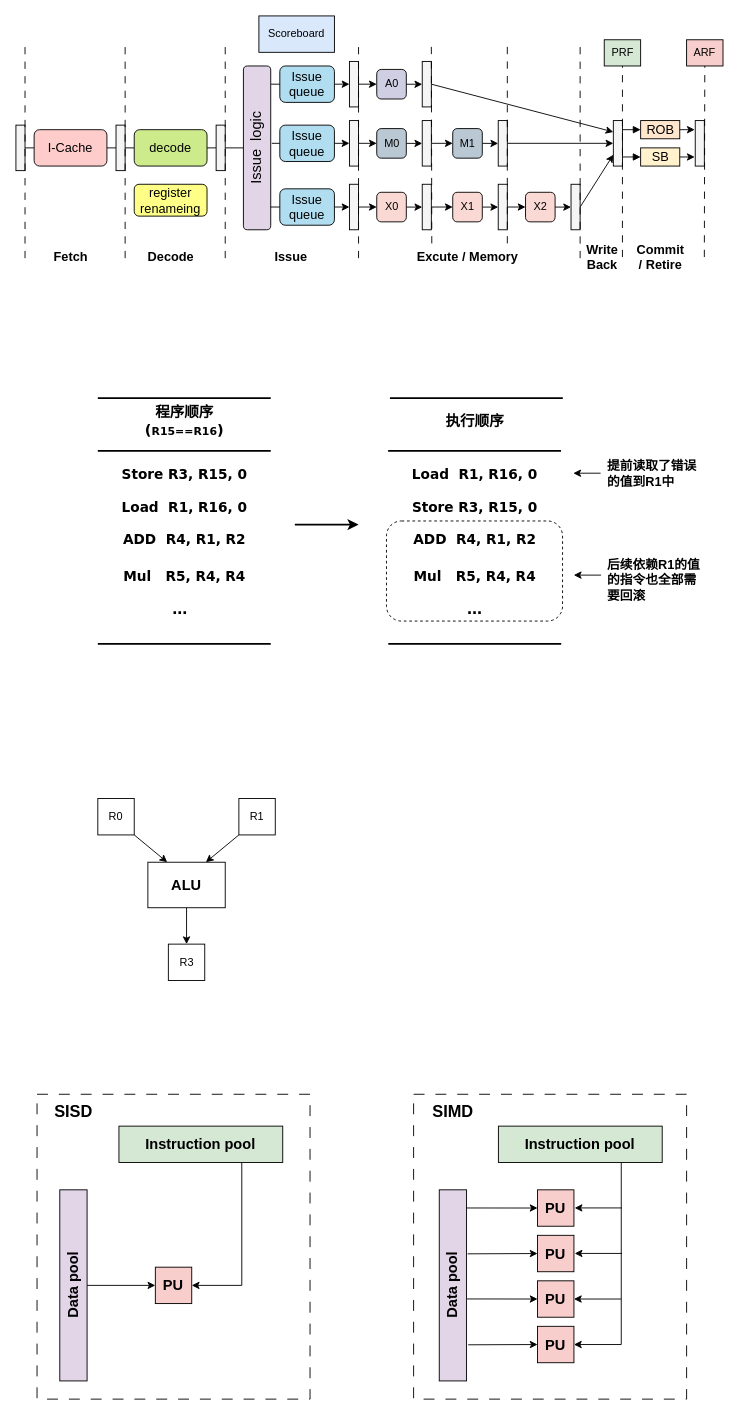
Above: CPU.drawio in f123888/Draw.IO (draw.io), before the change. Source tidied: cells renumbered, new cells numbered last; positions are measured from the earlier drawing's top-left corner, leaving out a move shared by most shapes. Both pictures are drawn from the tidied source at 91%, with x=0, y=0 at pixel (15, 15).
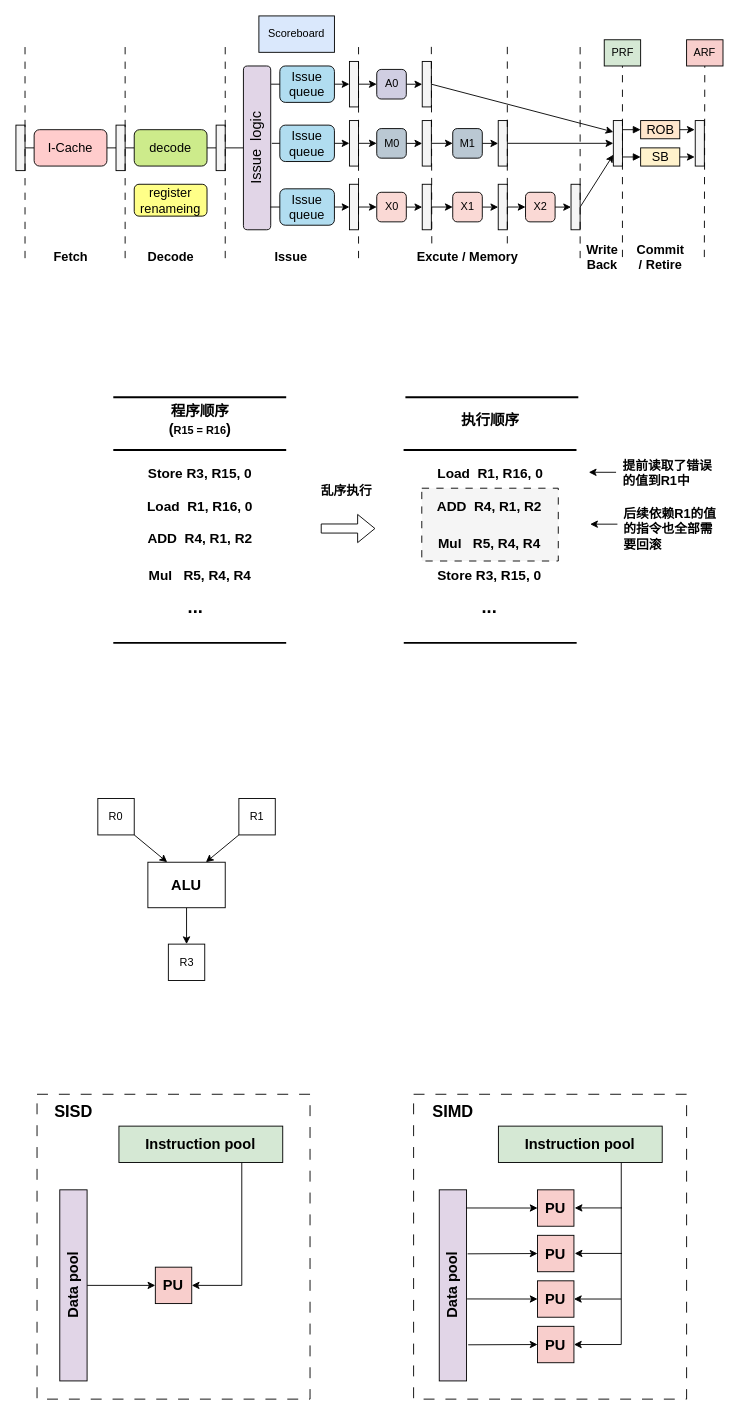
The same diagram, later.

Change to the diagram source:
```diff
@@
-    <mxCell id="4" style="rounded=1;whiteSpace=wrap;html=1;fontStyle=1;dashed=1;" parent="1" vertex="1">
-      <mxGeometry x="407.2" y="555" width="193.5" height="110" as="geometry" />
+    <mxCell id="4" style="rounded=0;whiteSpace=wrap;html=1;fontStyle=1;dashed=1;dashPattern=8 8;fillColor=#f5f5f5;fontColor=#333333;strokeColor=default;" parent="1" vertex="1">
+      <mxGeometry x="446" y="519" width="150" height="80" as="geometry" />
     </mxCell>
@@
-    <mxCell id="82" value="&lt;span&gt;&lt;font face=&quot;Verdana&quot;&gt;程序顺序&lt;/font&gt;&lt;/span&gt;&lt;div&gt;&lt;span&gt;&lt;font face=&quot;Verdana&quot;&gt;(&lt;font style=&quot;font-size: 12px;&quot;&gt;R15==R16&lt;/font&gt;)&lt;/font&gt;&lt;/span&gt;&lt;/div&gt;" style="text;html=1;align=center;verticalAlign=middle;strokeColor=none;fillColor=none;fontSize=16;fontStyle=1;" parent="1" vertex="1">
-      <mxGeometry x="135" y="420" width="100" height="50" as="geometry" />
+    <mxCell id="82" value="&lt;span&gt;&lt;font face=&quot;Verdana&quot;&gt;程序顺序&lt;/font&gt;&lt;/span&gt;&lt;div&gt;&lt;span&gt;&lt;font face=&quot;Helvetica&quot;&gt;(&lt;font style=&quot;font-size: 12px;&quot;&gt;R15 = R16&lt;/font&gt;)&lt;/font&gt;&lt;/span&gt;&lt;/div&gt;" style="text;html=1;align=center;verticalAlign=middle;strokeColor=none;fillColor=none;fontSize=16;fontStyle=1;" parent="1" vertex="1">
+      <mxGeometry x="157" y="419" width="90" height="50" as="geometry" />
     </mxCell>
     <mxCell id="83" style="endArrow=none;html=1;rounded=0;strokeWidth=2;fontStyle=1;" parent="1" edge="1">
       <mxGeometry relative="1" as="geometry">
-        <mxPoint x="90" y="478" as="sourcePoint" />
-        <mxPoint x="280" y="478" as="targetPoint" />
+        <mxPoint x="107" y="477" as="sourcePoint" />
+        <mxPoint x="297" y="477" as="targetPoint" />
       </mxGeometry>
     </mxCell>
-    <mxCell id="84" value="&lt;font style=&quot;font-size: 15px;&quot;&gt;&lt;span&gt;Store R3, R15, 0&lt;/span&gt;&lt;/font&gt;" style="text;html=1;align=center;verticalAlign=middle;strokeColor=none;fillColor=none;fontFamily=Verdana;fontStyle=1;" parent="1" vertex="1">
-      <mxGeometry x="110" y="488" width="150" height="30" as="geometry" />
+    <mxCell id="84" value="&lt;font face=&quot;Helvetica&quot; style=&quot;font-size: 15px;&quot;&gt;&lt;span&gt;Store R3, R15, 0&lt;/span&gt;&lt;/font&gt;" style="text;html=1;align=center;verticalAlign=middle;strokeColor=none;fillColor=none;fontFamily=Verdana;fontStyle=1;" parent="1" vertex="1">
+      <mxGeometry x="132" y="487" width="140" height="30" as="geometry" />
     </mxCell>
-    <mxCell id="85" value="&lt;font style=&quot;font-size: 15px;&quot;&gt;&lt;span&gt;Load&amp;nbsp; R1, R16, 0&lt;/span&gt;&lt;/font&gt;" style="text;html=1;align=center;verticalAlign=middle;strokeColor=none;fillColor=none;fontFamily=Verdana;fontStyle=1;" parent="1" vertex="1">
-      <mxGeometry x="110" y="525" width="150" height="30" as="geometry" />
+    <mxCell id="85" value="&lt;font face=&quot;Helvetica&quot; style=&quot;font-size: 15px;&quot;&gt;&lt;span&gt;Load&amp;nbsp; R1, R16, 0&lt;/span&gt;&lt;/font&gt;" style="text;html=1;align=center;verticalAlign=middle;strokeColor=none;fillColor=none;fontFamily=Verdana;fontStyle=1;" parent="1" vertex="1">
+      <mxGeometry x="132" y="523.5" width="140" height="30" as="geometry" />
     </mxCell>
-    <mxCell id="86" value="&lt;font style=&quot;font-size: 15px;&quot;&gt;&lt;span&gt;ADD&amp;nbsp; R4, R1, R2&lt;/span&gt;&lt;/font&gt;" style="text;html=1;align=center;verticalAlign=middle;strokeColor=none;fillColor=none;fontFamily=Verdana;fontStyle=1;" parent="1" vertex="1">
-      <mxGeometry x="110" y="560" width="150" height="30" as="geometry" />
+    <mxCell id="86" value="&lt;font face=&quot;Helvetica&quot; style=&quot;font-size: 15px;&quot;&gt;&lt;span&gt;ADD&amp;nbsp; R4, R1, R2&lt;/span&gt;&lt;/font&gt;" style="text;html=1;align=center;verticalAlign=middle;strokeColor=none;fillColor=none;fontFamily=Verdana;fontStyle=1;" parent="1" vertex="1">
+      <mxGeometry x="132" y="559" width="140" height="30" as="geometry" />
     </mxCell>
-    <mxCell id="87" value="&lt;font style=&quot;font-size: 15px;&quot;&gt;&lt;span&gt;Mul&amp;nbsp; &amp;nbsp;R5, R4, R4&lt;/span&gt;&lt;/font&gt;" style="text;html=1;align=center;verticalAlign=middle;strokeColor=none;fillColor=none;fontFamily=Verdana;fontStyle=1;" parent="1" vertex="1">
-      <mxGeometry x="110" y="600" width="150" height="30" as="geometry" />
+    <mxCell id="87" value="&lt;font face=&quot;Helvetica&quot; style=&quot;font-size: 15px;&quot;&gt;&lt;span&gt;Mul&amp;nbsp; &amp;nbsp;R5, R4, R4&lt;/span&gt;&lt;/font&gt;" style="text;html=1;align=center;verticalAlign=middle;strokeColor=none;fillColor=none;fontFamily=Verdana;fontStyle=1;" parent="1" vertex="1">
+      <mxGeometry x="137" y="599" width="130" height="30" as="geometry" />
     </mxCell>
     <mxCell id="88" value="&lt;font style=&quot;font-size: 20px;&quot;&gt;&lt;span style=&quot;&quot;&gt;...&lt;/span&gt;&lt;/font&gt;" style="text;html=1;align=center;verticalAlign=middle;strokeColor=none;fillColor=none;fontStyle=1;" parent="1" vertex="1">
-      <mxGeometry x="160" y="630" width="40" height="40" as="geometry" />
+      <mxGeometry x="177" y="629" width="40" height="40" as="geometry" />
     </mxCell>
-    <mxCell id="89" value="&lt;span&gt;&lt;font face=&quot;Verdana&quot;&gt;执行顺序&lt;/font&gt;&lt;/span&gt;" style="text;html=1;align=center;verticalAlign=middle;strokeColor=none;fillColor=none;fontSize=16;fontStyle=1;" parent="1" vertex="1">
-      <mxGeometry x="459" y="430" width="90" height="30" as="geometry" />
+    <mxCell id="89" value="&lt;span&gt;&lt;font face=&quot;Helvetica&quot;&gt;执行顺序&lt;/font&gt;&lt;/span&gt;" style="text;html=1;align=center;verticalAlign=middle;strokeColor=none;fillColor=none;fontSize=16;fontStyle=1;" parent="1" vertex="1">
+      <mxGeometry x="476" y="429" width="90" height="30" as="geometry" />
     </mxCell>
     <mxCell id="90" style="endArrow=none;html=1;rounded=0;strokeWidth=2;fontStyle=1;" parent="1" edge="1">
       <mxGeometry relative="1" as="geometry">
-        <mxPoint x="409" y="478" as="sourcePoint" />
-        <mxPoint x="599" y="478" as="targetPoint" />
+        <mxPoint x="426" y="477" as="sourcePoint" />
+        <mxPoint x="616" y="477" as="targetPoint" />
       </mxGeometry>
     </mxCell>
-    <mxCell id="91" value="&lt;font style=&quot;font-size: 15px;&quot;&gt;&lt;span&gt;Store R3, R15, 0&lt;/span&gt;&lt;/font&gt;" style="text;html=1;align=center;verticalAlign=middle;strokeColor=none;fillColor=none;fontFamily=Verdana;fontStyle=1;" parent="1" vertex="1">
-      <mxGeometry x="429" y="524.5" width="150" height="30" as="geometry" />
+    <mxCell id="91" value="&lt;font style=&quot;font-size: 15px;&quot;&gt;&lt;span&gt;Store R3, R15, 0&lt;/span&gt;&lt;/font&gt;" style="text;html=1;align=center;verticalAlign=middle;strokeColor=none;fillColor=none;fontFamily=Helvetica;fontStyle=1;" parent="1" vertex="1">
+      <mxGeometry x="450" y="599" width="140" height="30" as="geometry" />
     </mxCell>
-    <mxCell id="92" value="&lt;font style=&quot;font-size: 15px;&quot;&gt;&lt;span&gt;Load&amp;nbsp; R1, R16, 0&lt;/span&gt;&lt;/font&gt;" style="text;html=1;align=center;verticalAlign=middle;strokeColor=none;fillColor=none;fontFamily=Verdana;fontStyle=1;" parent="1" vertex="1">
-      <mxGeometry x="429" y="488" width="150" height="30" as="geometry" />
+    <mxCell id="92" value="&lt;font style=&quot;font-size: 15px;&quot;&gt;&lt;span&gt;Load&amp;nbsp; R1, R16, 0&lt;/span&gt;&lt;/font&gt;" style="text;html=1;align=center;verticalAlign=middle;strokeColor=none;fillColor=none;fontFamily=Helvetica;fontStyle=1;" parent="1" vertex="1">
+      <mxGeometry x="451" y="487" width="140" height="30" as="geometry" />
     </mxCell>
-    <mxCell id="93" value="&lt;font style=&quot;font-size: 15px;&quot;&gt;&lt;span&gt;ADD&amp;nbsp; R4, R1, R2&lt;/span&gt;&lt;/font&gt;" style="text;html=1;align=center;verticalAlign=middle;strokeColor=none;fillColor=none;fontFamily=Verdana;fontStyle=1;" parent="1" vertex="1">
-      <mxGeometry x="429" y="560" width="150" height="30" as="geometry" />
+    <mxCell id="93" value="&lt;font style=&quot;font-size: 15px;&quot;&gt;&lt;span&gt;ADD&amp;nbsp; R4, R1, R2&lt;/span&gt;&lt;/font&gt;" style="text;html=1;align=center;verticalAlign=middle;strokeColor=none;fillColor=none;fontFamily=Helvetica;fontStyle=1;" parent="1" vertex="1">
+      <mxGeometry x="450" y="524" width="140" height="30" as="geometry" />
     </mxCell>
-    <mxCell id="94" value="&lt;font style=&quot;font-size: 15px;&quot;&gt;&lt;span&gt;Mul&amp;nbsp; &amp;nbsp;R5, R4, R4&lt;/span&gt;&lt;/font&gt;" style="text;html=1;align=center;verticalAlign=middle;strokeColor=none;fillColor=none;fontFamily=Verdana;fontStyle=1;" parent="1" vertex="1">
-      <mxGeometry x="429" y="600" width="150" height="30" as="geometry" />
+    <mxCell id="94" value="&lt;font style=&quot;font-size: 15px;&quot;&gt;&lt;span&gt;Mul&amp;nbsp; &amp;nbsp;R5, R4, R4&lt;/span&gt;&lt;/font&gt;" style="text;html=1;align=center;verticalAlign=middle;strokeColor=none;fillColor=none;fontFamily=Helvetica;fontStyle=1;" parent="1" vertex="1">
+      <mxGeometry x="455" y="564" width="130" height="30" as="geometry" />
     </mxCell>
     <mxCell id="95" value="&lt;font style=&quot;font-size: 20px;&quot;&gt;&lt;span style=&quot;&quot;&gt;...&lt;/span&gt;&lt;/font&gt;" style="text;html=1;align=center;verticalAlign=middle;strokeColor=none;fillColor=none;fontStyle=1;" parent="1" vertex="1">
-      <mxGeometry x="484" y="630" width="40" height="40" as="geometry" />
+      <mxGeometry x="500" y="629" width="40" height="40" as="geometry" />
     </mxCell>
     <mxCell id="96" style="endArrow=classic;html=1;rounded=0;" parent="1" edge="1">
       <mxGeometry relative="1" as="geometry">
-        <mxPoint x="642.5" y="502.5" as="sourcePoint" />
-        <mxPoint x="612.5" y="502.5" as="targetPoint" />
+        <mxPoint x="659.5" y="501.5" as="sourcePoint" />
+        <mxPoint x="629.5" y="501.5" as="targetPoint" />
       </mxGeometry>
     </mxCell>
     <mxCell id="97" value="&lt;font style=&quot;font-size: 14px;&quot;&gt;&lt;b&gt;提前读取了错误&lt;/b&gt;&lt;/font&gt;&lt;div&gt;&lt;font style=&quot;font-size: 14px;&quot;&gt;&lt;b&gt;的值到R1中&lt;/b&gt;&lt;/font&gt;&lt;/div&gt;" style="text;html=1;align=left;verticalAlign=middle;strokeColor=none;fillColor=none;" parent="1" vertex="1">
-      <mxGeometry x="647.5" y="478" width="120" height="50" as="geometry" />
+      <mxGeometry x="664.5" y="477" width="120" height="50" as="geometry" />
     </mxCell>
     <mxCell id="98" style="endArrow=classic;html=1;rounded=0;" parent="1" edge="1">
       <mxGeometry relative="1" as="geometry">
-        <mxPoint x="643" y="614.5" as="sourcePoint" />
-        <mxPoint x="613" y="614.5" as="targetPoint" />
+        <mxPoint x="661" y="558.5" as="sourcePoint" />
+        <mxPoint x="631" y="558.5" as="targetPoint" />
       </mxGeometry>
     </mxCell>
     <mxCell id="99" value="&lt;span style=&quot;font-size: 14px;&quot;&gt;&lt;b&gt;后续依赖R1的值&lt;br&gt;的指令也全部需&lt;/b&gt;&lt;/span&gt;&lt;div&gt;&lt;span style=&quot;font-size: 14px;&quot;&gt;&lt;b&gt;要回滚&lt;/b&gt;&lt;/span&gt;&lt;/div&gt;" style="text;html=1;align=left;verticalAlign=middle;strokeColor=none;fillColor=none;" parent="1" vertex="1">
-      <mxGeometry x="648" y="590" width="130" height="60" as="geometry" />
+      <mxGeometry x="666" y="534" width="130" height="60" as="geometry" />
     </mxCell>
-    <mxCell id="100" style="endArrow=classic;html=1;rounded=0;strokeWidth=2;fontStyle=1;" parent="1" edge="1">
-      <mxGeometry relative="1" as="geometry">
-        <mxPoint x="306.5" y="559" as="sourcePoint" />
-        <mxPoint x="376.5" y="559" as="targetPoint" />
-      </mxGeometry>
-    </mxCell>
     <mxCell id="101" style="endArrow=none;html=1;rounded=0;strokeWidth=2;fontStyle=1;" parent="1" edge="1">
       <mxGeometry relative="1" as="geometry">
-        <mxPoint x="90" y="420" as="sourcePoint" />
-        <mxPoint x="280" y="420" as="targetPoint" />
+        <mxPoint x="107" y="419" as="sourcePoint" />
+        <mxPoint x="297" y="419" as="targetPoint" />
       </mxGeometry>
     </mxCell>
     <mxCell id="102" style="endArrow=none;html=1;rounded=0;strokeWidth=2;fontStyle=1;" parent="1" edge="1">
       <mxGeometry relative="1" as="geometry">
-        <mxPoint x="90" y="690" as="sourcePoint" />
-        <mxPoint x="280" y="690" as="targetPoint" />
+        <mxPoint x="107" y="689" as="sourcePoint" />
+        <mxPoint x="297" y="689" as="targetPoint" />
       </mxGeometry>
     </mxCell>
     <mxCell id="103" style="endArrow=none;html=1;rounded=0;strokeWidth=2;fontStyle=1;" parent="1" edge="1">
       <mxGeometry relative="1" as="geometry">
-        <mxPoint x="409.2" y="690" as="sourcePoint" />
-        <mxPoint x="599.2" y="690" as="targetPoint" />
+        <mxPoint x="426.2" y="689" as="sourcePoint" />
+        <mxPoint x="616.2" y="689" as="targetPoint" />
       </mxGeometry>
     </mxCell>
     <mxCell id="104" style="endArrow=none;html=1;rounded=0;strokeWidth=2;fontStyle=1;" parent="1" edge="1">
       <mxGeometry relative="1" as="geometry">
-        <mxPoint x="411" y="420" as="sourcePoint" />
-        <mxPoint x="601" y="420" as="targetPoint" />
+        <mxPoint x="428" y="419" as="sourcePoint" />
+        <mxPoint x="618" y="419" as="targetPoint" />
       </mxGeometry>
     </mxCell>
@@
+    <mxCell id="133" style="shape=flexArrow;endArrow=classic;html=1;rounded=0;" parent="1" edge="1">
+      <mxGeometry relative="1" as="geometry">
+        <mxPoint x="335" y="563.3" as="sourcePoint" />
+        <mxPoint x="395" y="563.3" as="targetPoint" />
+      </mxGeometry>
+    </mxCell>
+    <mxCell id="134" value="&lt;font style=&quot;font-size: 14px;&quot;&gt;&lt;b&gt;乱序执行&lt;/b&gt;&lt;/font&gt;" style="text;html=1;align=center;verticalAlign=middle;strokeColor=none;fillColor=none;" parent="1" vertex="1">
+      <mxGeometry x="323.2" y="507.3" width="80" height="30" as="geometry" />
+    </mxCell>
```
